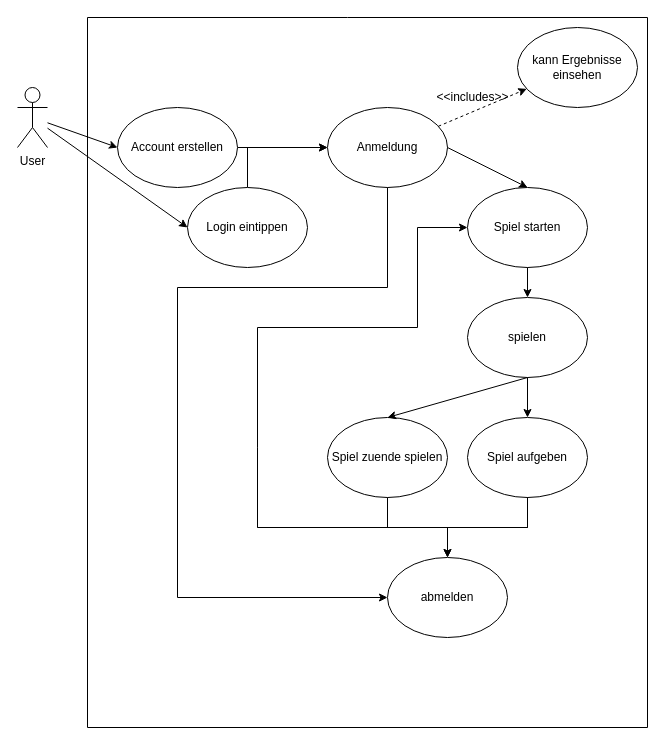
ChroniclesOfTheRedeemed/VierGewinntLernFeld12 keeps this draw.io diagram as page "Use Case" (2 of 3) of Konzepte.drawio. Above is the earlier version. Source tidied: cells renumbered, new cells numbered last; positions are measured from the earlier drawing's top-left corner, leaving out a move shared by most shapes. Both pictures are drawn from the tidied source at 100%, with x=0, y=0 at pixel (17, 17).
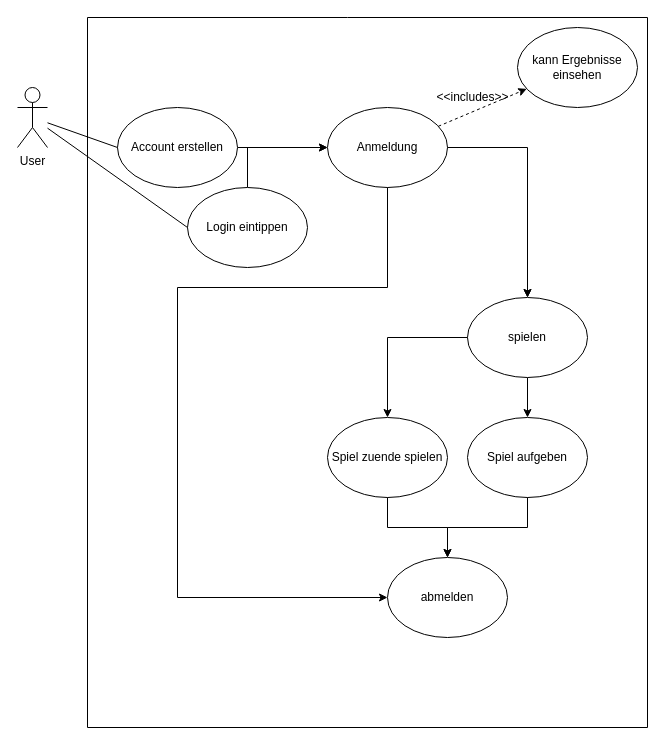
Above is the later version.

The change refers to these unchanged cells:
```xml
<mxCell id="2" value="User" style="shape=umlActor;verticalLabelPosition=bottom;verticalAlign=top;html=1;outlineConnect=0;" parent="1" vertex="1">
  <mxGeometry y="70" width="30" height="60" as="geometry" />
</mxCell>
<mxCell id="6" value="Account erstellen" style="ellipse;whiteSpace=wrap;html=1;" parent="1" vertex="1">
  <mxGeometry x="100" y="90" width="120" height="80" as="geometry" />
</mxCell>
<mxCell id="8" value="Login eintippen" style="ellipse;whiteSpace=wrap;html=1;" parent="1" vertex="1">
  <mxGeometry x="170" y="170" width="120" height="80" as="geometry" />
</mxCell>
<mxCell id="10" value="Anmeldung" style="ellipse;whiteSpace=wrap;html=1;" parent="1" vertex="1">
  <mxGeometry x="310" y="90" width="120" height="80" as="geometry" />
</mxCell>
<mxCell id="14" value="spielen" style="ellipse;whiteSpace=wrap;html=1;" parent="1" vertex="1">
  <mxGeometry x="450" y="280" width="120" height="80" as="geometry" />
</mxCell>
<mxCell id="16" value="Spiel zuende spielen" style="ellipse;whiteSpace=wrap;html=1;" parent="1" vertex="1">
  <mxGeometry x="310" y="400" width="120" height="80" as="geometry" />
</mxCell>
```

Diff of the diagram source:
```diff
@@
-    <mxCell id="11" value="Spiel starten" style="ellipse;whiteSpace=wrap;html=1;" parent="1" vertex="1">
-      <mxGeometry x="450" y="170" width="120" height="80" as="geometry" />
-    </mxCell>
-    <mxCell id="12" style="endArrow=classic;html=1;rounded=0;exitX=1;exitY=0.5;exitDx=0;exitDy=0;entryX=0.5;entryY=0;entryDx=0;entryDy=0;" parent="1" edge="1" source="10" target="11">
-      <mxGeometry relative="1" as="geometry" />
+    <mxCell id="12" style="endArrow=classic;html=1;rounded=0;exitX=1;exitY=0.5;exitDx=0;exitDy=0;entryX=0.5;entryY=0;entryDx=0;entryDy=0;" parent="1" edge="1" source="10" target="14">
+      <mxGeometry relative="1" as="geometry">
+        <Array as="points">
+          <mxPoint x="510" y="130" />
+        </Array>
+      </mxGeometry>
     </mxCell>
@@
-    <mxCell id="17" style="endArrow=classic;html=1;rounded=0;exitX=0.5;exitY=1;exitDx=0;exitDy=0;entryX=0.5;entryY=0;entryDx=0;entryDy=0;" parent="1" edge="1" source="14" target="16">
-      <mxGeometry relative="1" as="geometry" />
+    <mxCell id="17" style="endArrow=classic;html=1;rounded=0;exitX=0;exitY=0.5;exitDx=0;exitDy=0;entryX=0.5;entryY=0;entryDx=0;entryDy=0;" parent="1" edge="1" source="14" target="16">
+      <mxGeometry relative="1" as="geometry">
+        <Array as="points">
+          <mxPoint x="370" y="320" />
+        </Array>
+      </mxGeometry>
     </mxCell>
-    <mxCell id="18" style="endArrow=classic;html=1;rounded=0;entryX=0;entryY=0.5;entryDx=0;entryDy=0;" parent="1" edge="1" target="11">
-      <mxGeometry relative="1" as="geometry">
-        <mxPoint x="240" y="510" as="sourcePoint" />
-        <Array as="points">
-          <mxPoint x="240" y="430" />
-          <mxPoint x="240" y="310" />
-          <mxPoint x="400" y="310" />
-          <mxPoint x="400" y="210" />
-        </Array>
-      </mxGeometry>
-    </mxCell>
-    <mxCell id="19" style="endArrow=none;html=1;rounded=0;" parent="1" edge="1">
-      <mxGeometry relative="1" as="geometry">
-        <mxPoint x="240" y="430" as="sourcePoint" />
-        <mxPoint x="510" y="480" as="targetPoint" />
-        <Array as="points">
-          <mxPoint x="240" y="510" />
-          <mxPoint x="510" y="510" />
-        </Array>
-      </mxGeometry>
-    </mxCell>
@@
-    <mxCell id="25" style="endArrow=classic;html=1;rounded=0;exitX=0.5;exitY=1;exitDx=0;exitDy=0;entryX=0.5;entryY=0;entryDx=0;entryDy=0;" parent="1" edge="1" source="11" target="14">
-      <mxGeometry relative="1" as="geometry" />
+    <mxCell id="25" style="endArrow=classic;html=1;rounded=0;exitX=0.5;exitY=1;exitDx=0;exitDy=0;entryX=0.5;entryY=0;entryDx=0;entryDy=0;" parent="1" edge="1" target="14">
+      <mxGeometry relative="1" as="geometry">
+        <mxPoint x="510" y="250" as="sourcePoint" />
+      </mxGeometry>
     </mxCell>
@@
-    <mxCell id="30" style="endArrow=classic;html=1;rounded=0;entryX=0;entryY=0.5;entryDx=0;entryDy=0;" parent="1" edge="1" source="2" target="6">
+    <mxCell id="30" style="endArrow=none;html=1;rounded=0;entryX=0;entryY=0.5;entryDx=0;entryDy=0;" parent="1" edge="1" source="2" target="6">
       <mxGeometry relative="1" as="geometry" />
     </mxCell>
-    <mxCell id="31" style="endArrow=classic;html=1;rounded=0;entryX=0;entryY=0.5;entryDx=0;entryDy=0;" parent="1" edge="1" source="2" target="8">
+    <mxCell id="31" style="endArrow=none;html=1;rounded=0;entryX=0;entryY=0.5;entryDx=0;entryDy=0;" parent="1" edge="1" source="2" target="8">
       <mxGeometry relative="1" as="geometry" />
     </mxCell>
```
